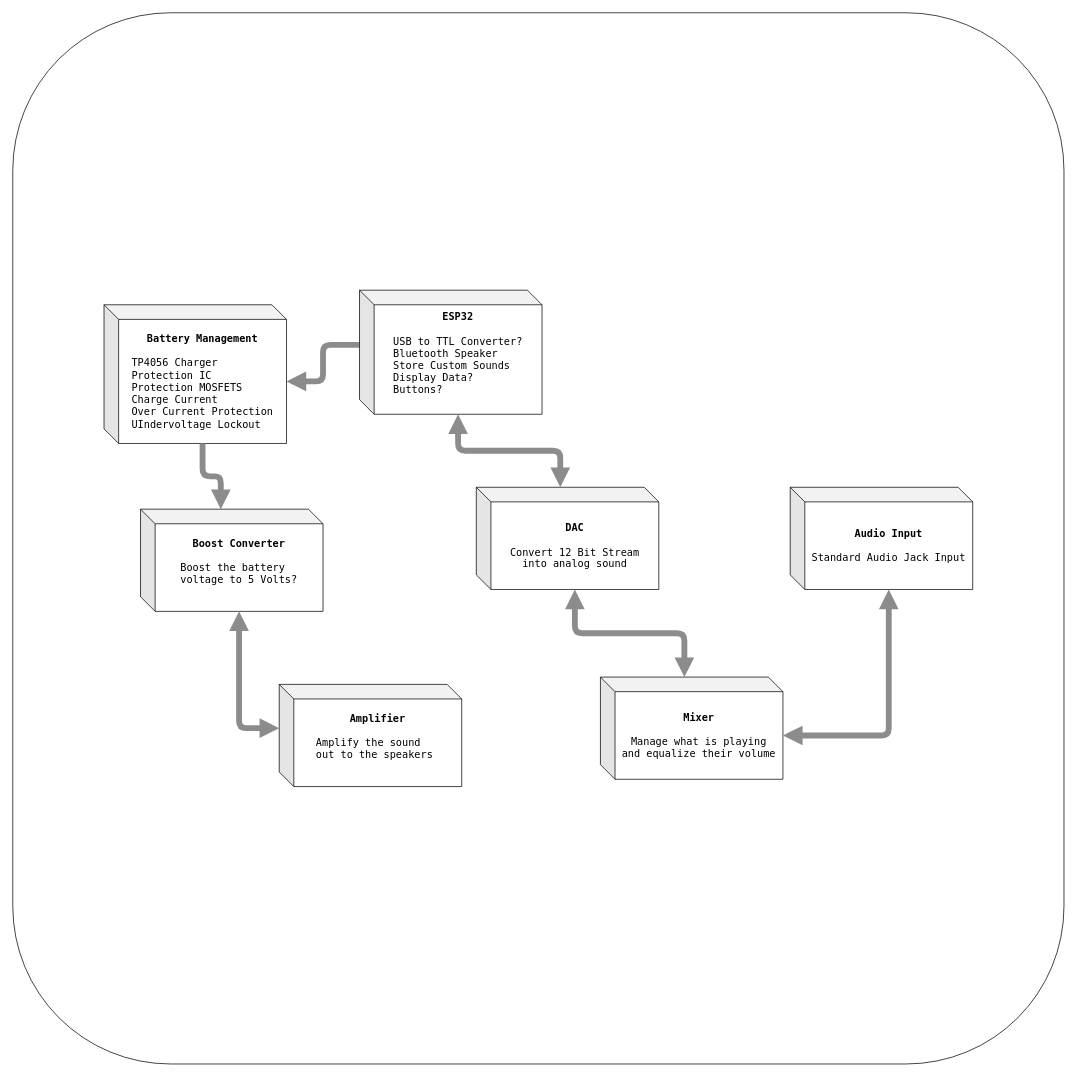
Earlier version of the draw.io diagram Hardware Files/Documentation/system_diagram.drawio (stasiselectronics/ESP32Stereo). Source tidied: cells renumbered, new cells numbered last; positions are measured from the earlier drawing's top-left corner, leaving out a move shared by most shapes. Both pictures are drawn from the tidied source at 73%, with x=0, y=0 at pixel (12, 12).
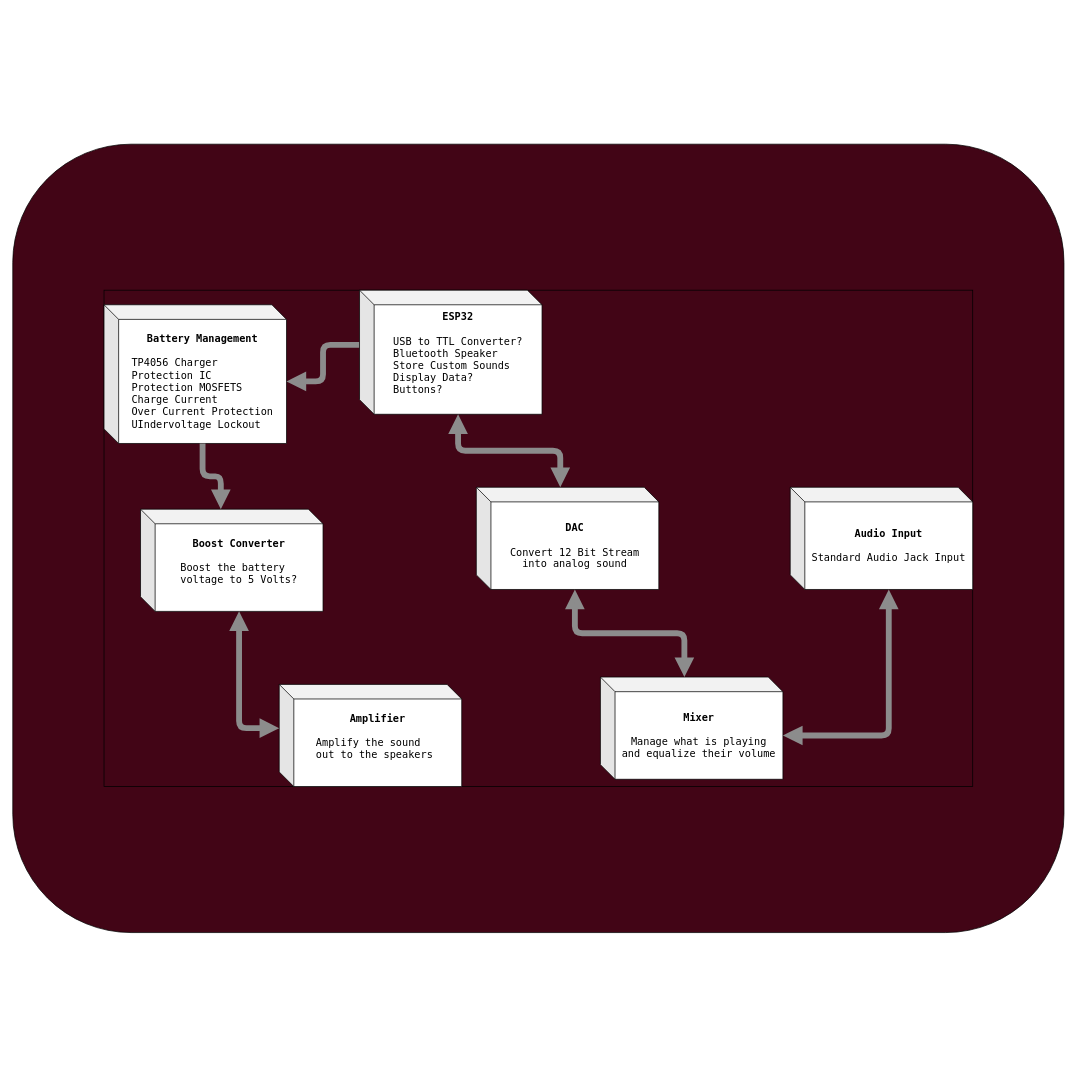
The same diagram, later.

The edit, as a diff of the source:
```diff
@@
 <mxGraphModel>
   <root>
     <mxCell id="0" />
     <mxCell id="1" parent="0" />
-    <mxCell id="2" style="rounded=1;whiteSpace=wrap;html=1;" parent="1" vertex="1">
-      <mxGeometry width="1440" height="1440" as="geometry" />
+    <mxCell id="2" style="rounded=1;whiteSpace=wrap;html=1;fillColor=#420516;" parent="1" vertex="1">
+      <mxGeometry y="180" width="1440" height="1080" as="geometry" />
     </mxCell>
-    <mxCell id="3" style="group;" parent="1" vertex="1">
+    <mxCell id="3" style="group;strokeColor=#000000;shadow=0;" parent="1" vertex="1">
       <mxGeometry x="125" y="380" width="1190" height="680" as="geometry" />
     </mxCell>
     <mxCell id="4" value="&lt;b style=&quot;font-size: 14px&quot;&gt;&lt;font face=&quot;Lucida Console&quot; style=&quot;font-size: 14px&quot;&gt;Battery Management&lt;br&gt;&lt;br&gt;&lt;div style=&quot;text-align: left&quot;&gt;&lt;span style=&quot;font-weight: normal&quot;&gt;TP4056 Charger&lt;/span&gt;&lt;/div&gt;&lt;/font&gt;&lt;/b&gt;&lt;div style=&quot;text-align: left ; font-size: 14px&quot;&gt;&lt;span&gt;&lt;font face=&quot;Lucida Console&quot; style=&quot;font-size: 14px&quot;&gt;Protection IC&lt;/font&gt;&lt;/span&gt;&lt;/div&gt;&lt;div style=&quot;text-align: left ; font-size: 14px&quot;&gt;&lt;span&gt;&lt;font face=&quot;Lucida Console&quot; style=&quot;font-size: 14px&quot;&gt;Protection MOSFETS&lt;/font&gt;&lt;/span&gt;&lt;/div&gt;&lt;div style=&quot;text-align: left ; font-size: 14px&quot;&gt;&lt;span&gt;&lt;font face=&quot;Lucida Console&quot; style=&quot;font-size: 14px&quot;&gt;Charge Current&lt;/font&gt;&lt;/span&gt;&lt;/div&gt;&lt;div style=&quot;text-align: left ; font-size: 14px&quot;&gt;&lt;span&gt;&lt;font face=&quot;Lucida Console&quot; style=&quot;font-size: 14px&quot;&gt;Over Current Protection&lt;/font&gt;&lt;/span&gt;&lt;/div&gt;&lt;div style=&quot;text-align: left ; font-size: 14px&quot;&gt;&lt;span&gt;&lt;font face=&quot;Lucida Console&quot; style=&quot;font-size: 14px&quot;&gt;UIndervoltage Lockout&lt;/font&gt;&lt;/span&gt;&lt;/div&gt;" style="shape=cube;whiteSpace=wrap;html=1;boundedLbl=1;backgroundOutline=1;darkOpacity=0.05;darkOpacity2=0.1;" parent="3" vertex="1">
       <mxGeometry y="20" width="250" height="190" as="geometry" />
     </mxCell>
     <mxCell id="5" style="edgeStyle=orthogonalEdgeStyle;rounded=1;jumpSize=6;jettySize=auto;html=1;exitX=0;exitY=0;exitDx=0;exitDy=75;exitPerimeter=0;entryX=0;entryY=0;entryDx=250;entryDy=105;entryPerimeter=0;endArrow=block;endFill=1;strokeColor=#8C8C8C;strokeWidth=8;" parent="3" edge="1" source="6" target="4">
       <mxGeometry relative="1" as="geometry" />
     </mxCell>
     <mxCell id="6" value="&lt;span style=&quot;text-align: left ; font-size: 14px ; font-family: &amp;#34;lucida console&amp;#34;&quot;&gt;&lt;b&gt;ESP32&lt;br&gt;&lt;/b&gt;&lt;/span&gt;&lt;span style=&quot;text-align: left ; font-size: 14px ; font-family: &amp;#34;lucida console&amp;#34;&quot;&gt;&lt;b&gt;&lt;br&gt;&lt;/b&gt;&lt;/span&gt;&lt;div style=&quot;text-align: left ; font-size: 14px&quot;&gt;&lt;font face=&quot;Lucida Console&quot;&gt;USB to TTL Converter?&lt;/font&gt;&lt;/div&gt;&lt;div style=&quot;text-align: left ; font-size: 14px&quot;&gt;&lt;font face=&quot;Lucida Console&quot;&gt;Bluetooth Speaker&lt;/font&gt;&lt;/div&gt;&lt;div style=&quot;text-align: left ; font-size: 14px&quot;&gt;&lt;font face=&quot;Lucida Console&quot;&gt;Store Custom Sounds&lt;/font&gt;&lt;/div&gt;&lt;div style=&quot;text-align: left ; font-size: 14px&quot;&gt;&lt;font face=&quot;Lucida Console&quot;&gt;Display Data?&lt;/font&gt;&lt;/div&gt;&lt;div style=&quot;text-align: left ; font-size: 14px&quot;&gt;&lt;font face=&quot;Lucida Console&quot;&gt;Buttons?&lt;/font&gt;&lt;/div&gt;&lt;div style=&quot;text-align: left ; font-size: 14px&quot;&gt;&lt;font face=&quot;Lucida Console&quot;&gt;&lt;br&gt;&lt;/font&gt;&lt;/div&gt;" style="shape=cube;whiteSpace=wrap;html=1;boundedLbl=1;backgroundOutline=1;darkOpacity=0.05;darkOpacity2=0.1;" parent="3" vertex="1">
       <mxGeometry x="350" width="250" height="170" as="geometry" />
     </mxCell>
     <mxCell id="7" value="&lt;font face=&quot;lucida console&quot;&gt;&lt;span style=&quot;font-size: 14px&quot;&gt;&lt;b&gt;Boost Converter&lt;br&gt;&lt;br&gt;&lt;/b&gt;&lt;/span&gt;&lt;/font&gt;&lt;div style=&quot;text-align: left ; font-size: 14px&quot;&gt;&lt;font face=&quot;Lucida Console&quot;&gt;Boost the battery&lt;/font&gt;&lt;/div&gt;&lt;div style=&quot;text-align: left ; font-size: 14px&quot;&gt;&lt;font face=&quot;Lucida Console&quot;&gt;voltage to 5 Volts?&lt;/font&gt;&lt;/div&gt;&lt;div style=&quot;text-align: left ; font-size: 14px&quot;&gt;&lt;font face=&quot;Lucida Console&quot;&gt;&lt;br&gt;&lt;/font&gt;&lt;/div&gt;" style="shape=cube;whiteSpace=wrap;html=1;boundedLbl=1;backgroundOutline=1;darkOpacity=0.05;darkOpacity2=0.1;" parent="3" vertex="1">
       <mxGeometry x="50" y="300" width="250" height="140" as="geometry" />
     </mxCell>
     <mxCell id="8" style="edgeStyle=orthogonalEdgeStyle;rounded=1;jumpSize=6;jettySize=auto;html=1;exitX=0;exitY=0;exitDx=135;exitDy=190;exitPerimeter=0;entryX=0;entryY=0;entryDx=110;entryDy=0;entryPerimeter=0;endArrow=block;endFill=1;strokeColor=#8C8C8C;strokeWidth=8;" parent="3" edge="1" source="4" target="7">
       <mxGeometry relative="1" as="geometry" />
     </mxCell>
     <mxCell id="9" value="&lt;font face=&quot;lucida console&quot;&gt;&lt;span style=&quot;font-size: 14px&quot;&gt;&lt;b&gt;Amplifier&lt;br&gt;&lt;br&gt;&lt;/b&gt;&lt;/span&gt;&lt;/font&gt;&lt;div style=&quot;text-align: left ; font-size: 14px&quot;&gt;&lt;font face=&quot;Lucida Console&quot;&gt;Amplify the sound&lt;/font&gt;&lt;/div&gt;&lt;div style=&quot;text-align: left ; font-size: 14px&quot;&gt;&lt;font face=&quot;Lucida Console&quot;&gt;out to the speakers&amp;nbsp;&lt;/font&gt;&lt;/div&gt;&lt;div style=&quot;text-align: left ; font-size: 14px&quot;&gt;&lt;font face=&quot;Lucida Console&quot;&gt;&lt;br&gt;&lt;/font&gt;&lt;/div&gt;" style="shape=cube;whiteSpace=wrap;html=1;boundedLbl=1;backgroundOutline=1;darkOpacity=0.05;darkOpacity2=0.1;" parent="3" vertex="1">
       <mxGeometry x="240" y="540" width="250" height="140" as="geometry" />
     </mxCell>
     <mxCell id="10" style="edgeStyle=orthogonalEdgeStyle;rounded=1;jumpSize=6;jettySize=auto;html=1;exitX=0;exitY=0;exitDx=135;exitDy=140;exitPerimeter=0;entryX=0;entryY=0;entryDx=0;entryDy=60;entryPerimeter=0;startArrow=block;startFill=1;endArrow=block;endFill=1;strokeColor=#8C8C8C;strokeWidth=8;" parent="3" edge="1" source="7" target="9">
       <mxGeometry relative="1" as="geometry" />
     </mxCell>
     <mxCell id="11" value="&lt;font face=&quot;lucida console&quot;&gt;&lt;span style=&quot;font-size: 14px&quot;&gt;&lt;b&gt;DAC&lt;/b&gt;&lt;br&gt;&lt;br&gt;Convert 12 Bit Stream&lt;br&gt;into analog sound&lt;br&gt;&lt;/span&gt;&lt;/font&gt;" style="shape=cube;whiteSpace=wrap;html=1;boundedLbl=1;backgroundOutline=1;darkOpacity=0.05;darkOpacity2=0.1;" parent="3" vertex="1">
       <mxGeometry x="510" y="270" width="250" height="140" as="geometry" />
     </mxCell>
     <mxCell id="12" style="edgeStyle=orthogonalEdgeStyle;rounded=1;jumpSize=6;jettySize=auto;html=1;exitX=0;exitY=0;exitDx=135;exitDy=170;exitPerimeter=0;entryX=0;entryY=0;entryDx=115;entryDy=0;entryPerimeter=0;startArrow=block;startFill=1;endArrow=block;endFill=1;strokeColor=#8C8C8C;strokeWidth=8;" parent="3" edge="1" source="6" target="11">
       <mxGeometry relative="1" as="geometry" />
     </mxCell>
     <mxCell id="13" value="&lt;font face=&quot;lucida console&quot;&gt;&lt;span style=&quot;font-size: 14px&quot;&gt;&lt;b&gt;Mixer&lt;/b&gt;&lt;br&gt;&lt;br&gt;Manage what is playing &lt;br&gt;and equalize their volume&lt;br&gt;&lt;/span&gt;&lt;/font&gt;" style="shape=cube;whiteSpace=wrap;html=1;boundedLbl=1;backgroundOutline=1;darkOpacity=0.05;darkOpacity2=0.1;" parent="3" vertex="1">
       <mxGeometry x="680" y="530" width="250" height="140" as="geometry" />
     </mxCell>
     <mxCell id="14" style="edgeStyle=orthogonalEdgeStyle;rounded=1;jumpSize=6;jettySize=auto;html=1;exitX=0;exitY=0;exitDx=135;exitDy=140;exitPerimeter=0;entryX=0;entryY=0;entryDx=115;entryDy=0;entryPerimeter=0;startArrow=block;startFill=1;endArrow=block;endFill=1;strokeColor=#8C8C8C;strokeWidth=8;" parent="3" edge="1" source="11" target="13">
       <mxGeometry relative="1" as="geometry" />
     </mxCell>
     <mxCell id="15" value="&lt;font face=&quot;lucida console&quot;&gt;&lt;span style=&quot;font-size: 14px&quot;&gt;&lt;b&gt;Audio Input&lt;/b&gt;&lt;br&gt;&lt;br&gt;Standard Audio Jack Input&lt;br&gt;&lt;/span&gt;&lt;/font&gt;" style="shape=cube;whiteSpace=wrap;html=1;boundedLbl=1;backgroundOutline=1;darkOpacity=0.05;darkOpacity2=0.1;" parent="3" vertex="1">
       <mxGeometry x="940" y="270" width="250" height="140" as="geometry" />
     </mxCell>
     <mxCell id="16" style="edgeStyle=orthogonalEdgeStyle;rounded=1;jumpSize=6;jettySize=auto;html=1;exitX=0;exitY=0;exitDx=250;exitDy=80;exitPerimeter=0;entryX=0;entryY=0;entryDx=135;entryDy=140;entryPerimeter=0;startArrow=block;startFill=1;endArrow=block;endFill=1;strokeColor=#8C8C8C;strokeWidth=8;" parent="3" edge="1" source="13" target="15">
       <mxGeometry relative="1" as="geometry" />
     </mxCell>
   </root>
 </mxGraphModel>
```
